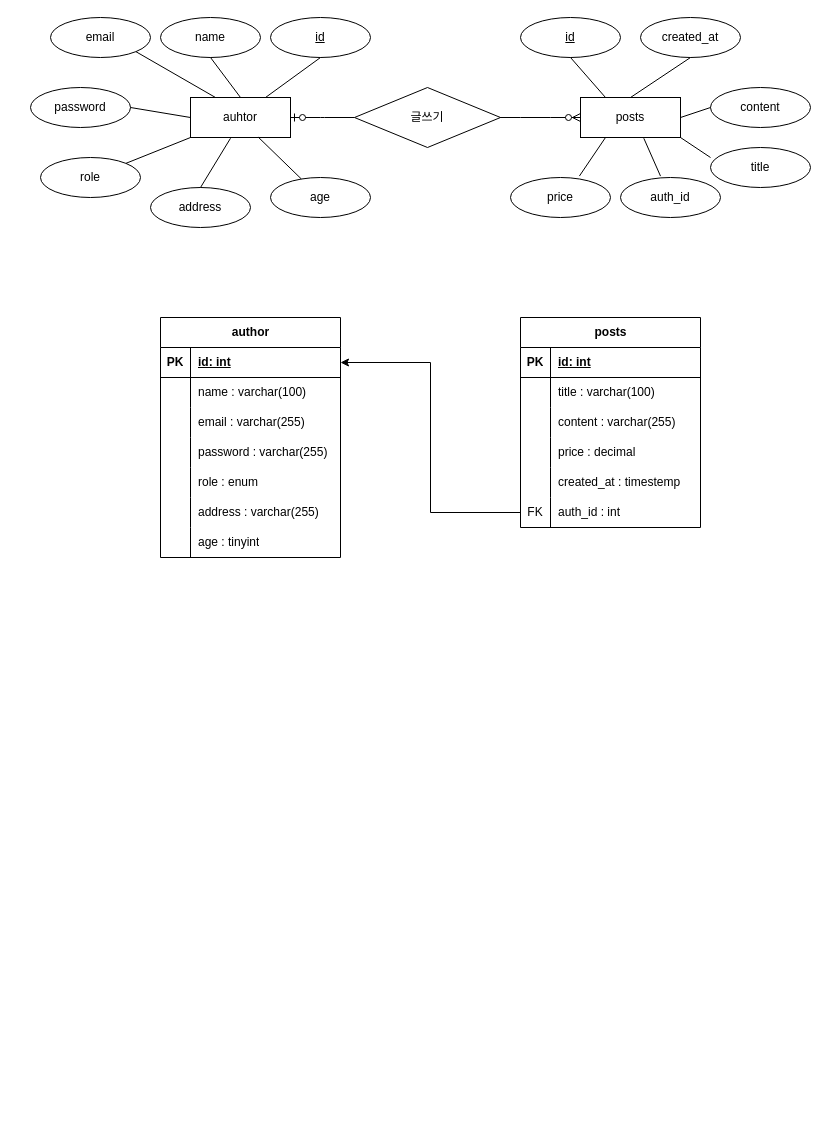
The draw.io diagram mariaDB_systax/modeling/erd_board.drawio in GyeongNam/BootCamp, before the edit. Source tidied: cells renumbered, new cells numbered last; positions are measured from the earlier drawing's top-left corner, leaving out a move shared by most shapes. Both pictures are drawn from the tidied source at 100%, with x=0, y=0 at pixel (30, 17).
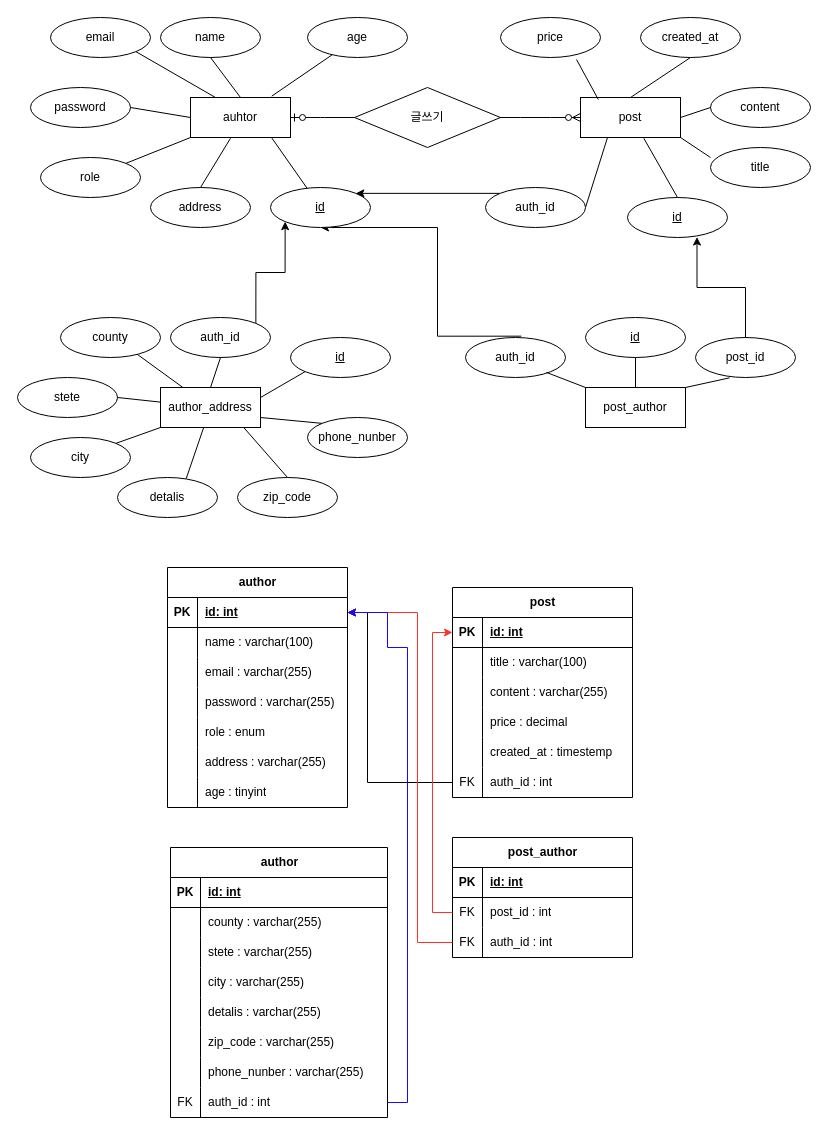
After the change.

The change refers to these unchanged cells:
```xml
<mxCell id="5" value="auhtor" style="whiteSpace=wrap;html=1;align=center;" parent="1" vertex="1">
  <mxGeometry x="160" y="80" width="100" height="40" as="geometry" />
</mxCell>
<mxCell id="34" style="shape=tableRow;horizontal=0;startSize=0;swimlaneHead=0;swimlaneBody=0;fillColor=none;points=[[0,0.5],[1,0.5]];portConstraint=eastwest;top=0;left=0;right=0;bottom=1;" parent="33" vertex="1">
  <mxGeometry y="30" width="180" height="30" as="geometry" />
</mxCell>
<mxCell id="56" style="shape=tableRow;horizontal=0;startSize=0;swimlaneHead=0;swimlaneBody=0;fillColor=none;points=[[0,0.5],[1,0.5]];portConstraint=eastwest;top=0;left=0;right=0;bottom=1;" parent="55" vertex="1">
  <mxGeometry y="30" width="180" height="30" as="geometry" />
</mxCell>
<mxCell id="71" style="shape=tableRow;horizontal=0;startSize=0;swimlaneHead=0;swimlaneBody=0;fillColor=none;points=[[0,0.5],[1,0.5]];portConstraint=eastwest;top=0;left=0;right=0;bottom=0;" parent="55" vertex="1">
  <mxGeometry y="180" width="180" height="30" as="geometry" />
</mxCell>
```

Diff of the diagram source:
```diff
@@
+    <mxCell id="75" style="edgeStyle=orthogonalEdgeStyle;rounded=0;jettySize=auto;html=1;entryX=0.5;entryY=1;entryDx=0;entryDy=0;exitX=0.558;exitY=-0.033;exitDx=0;exitDy=0;exitPerimeter=0;" parent="1" edge="1" source="79" target="2">
+      <mxGeometry relative="1" as="geometry">
+        <Array as="points">
+          <mxPoint x="407" y="319" />
+          <mxPoint x="407" y="210" />
+        </Array>
+      </mxGeometry>
+    </mxCell>
     <mxCell id="2" value="id" style="ellipse;whiteSpace=wrap;html=1;align=center;fontStyle=4;" parent="1" vertex="1">
-      <mxGeometry x="240" width="100" height="40" as="geometry" />
+      <mxGeometry x="240" y="170" width="100" height="40" as="geometry" />
     </mxCell>
     <mxCell id="3" value="id" style="ellipse;whiteSpace=wrap;html=1;align=center;fontStyle=4;" parent="1" vertex="1">
-      <mxGeometry x="490" width="100" height="40" as="geometry" />
+      <mxGeometry x="597" y="180" width="100" height="40" as="geometry" />
     </mxCell>
@@
-    <mxCell id="6" value="posts" style="whiteSpace=wrap;html=1;align=center;" parent="1" vertex="1">
+    <mxCell id="6" value="post" style="whiteSpace=wrap;html=1;align=center;" parent="1" vertex="1">
       <mxGeometry x="550" y="80" width="100" height="40" as="geometry" />
     </mxCell>
@@
-    <mxCell id="8" style="endArrow=none;html=1;rounded=0;exitX=0.75;exitY=0;exitDx=0;exitDy=0;entryX=0.5;entryY=1;entryDx=0;entryDy=0;" parent="1" edge="1" source="5" target="2">
+    <mxCell id="8" style="endArrow=none;html=1;rounded=0;exitX=0.812;exitY=1.008;exitDx=0;exitDy=0;exitPerimeter=0;" parent="1" edge="1" source="5" target="2">
       <mxGeometry relative="1" as="geometry" />
     </mxCell>
@@
     <mxCell id="14" value="age" style="ellipse;whiteSpace=wrap;html=1;align=center;" parent="1" vertex="1">
-      <mxGeometry x="240" y="160" width="100" height="40" as="geometry" />
+      <mxGeometry x="277" width="100" height="40" as="geometry" />
     </mxCell>
@@
     <mxCell id="17" value="price" style="ellipse;whiteSpace=wrap;html=1;align=center;" parent="1" vertex="1">
-      <mxGeometry x="480" y="160" width="100" height="40" as="geometry" />
+      <mxGeometry x="470" width="100" height="40" as="geometry" />
     </mxCell>
@@
-    <mxCell id="24" style="endArrow=none;html=1;rounded=0;exitX=0.678;exitY=0.992;exitDx=0;exitDy=0;exitPerimeter=0;" parent="1" edge="1" source="5" target="14">
+    <mxCell id="24" style="endArrow=none;html=1;rounded=0;exitX=0.812;exitY=-0.033;exitDx=0;exitDy=0;exitPerimeter=0;" parent="1" edge="1" source="5" target="14">
       <mxGeometry relative="1" as="geometry" />
     </mxCell>
-    <mxCell id="25" style="endArrow=none;html=1;rounded=0;exitX=0.25;exitY=0;exitDx=0;exitDy=0;entryX=0.5;entryY=1;entryDx=0;entryDy=0;" parent="1" edge="1" source="6" target="3">
-      <mxGeometry relative="1" as="geometry" />
+    <mxCell id="25" style="endArrow=none;html=1;rounded=0;entryX=1;entryY=0.5;entryDx=0;entryDy=0;" parent="1" edge="1" target="31">
+      <mxGeometry relative="1" as="geometry">
+        <mxPoint x="577" y="120" as="sourcePoint" />
+      </mxGeometry>
     </mxCell>
@@
-    <mxCell id="29" style="endArrow=none;html=1;rounded=0;entryX=0.4;entryY=-0.036;entryDx=0;entryDy=0;entryPerimeter=0;exitX=0.633;exitY=1.019;exitDx=0;exitDy=0;exitPerimeter=0;" parent="1" edge="1" source="6">
-      <mxGeometry relative="1" as="geometry">
-        <mxPoint x="630" y="158.6" as="targetPoint" />
-      </mxGeometry>
+    <mxCell id="29" style="endArrow=none;html=1;rounded=0;entryX=0.5;entryY=0;entryDx=0;entryDy=0;exitX=0.633;exitY=1.019;exitDx=0;exitDy=0;exitPerimeter=0;" parent="1" edge="1" source="6" target="3">
+      <mxGeometry relative="1" as="geometry" />
     </mxCell>
-    <mxCell id="30" style="endArrow=none;html=1;rounded=0;exitX=0.689;exitY=-0.036;exitDx=0;exitDy=0;entryX=0.25;entryY=1;entryDx=0;entryDy=0;exitPerimeter=0;" parent="1" edge="1" source="17" target="6">
+    <mxCell id="30" style="endArrow=none;html=1;rounded=0;exitX=0.76;exitY=1.05;exitDx=0;exitDy=0;entryX=0.178;entryY=0.05;entryDx=0;entryDy=0;exitPerimeter=0;entryPerimeter=0;" parent="1" edge="1" source="17" target="6">
       <mxGeometry relative="1" as="geometry" />
     </mxCell>
+    <mxCell id="76" style="edgeStyle=orthogonalEdgeStyle;rounded=0;jettySize=auto;html=1;exitX=0;exitY=0;exitDx=0;exitDy=0;entryX=1;entryY=0;entryDx=0;entryDy=0;" parent="1" edge="1" source="31" target="2">
+      <mxGeometry relative="1" as="geometry" />
+    </mxCell>
     <mxCell id="31" value="auth_id" style="ellipse;whiteSpace=wrap;html=1;align=center;" parent="1" vertex="1">
-      <mxGeometry x="590" y="160" width="100" height="40" as="geometry" />
+      <mxGeometry x="455" y="170" width="100" height="40" as="geometry" />
     </mxCell>
@@
     <mxCell id="33" value="author" style="shape=table;startSize=30;childLayout=tableLayout;rowLines=0;fontStyle=1;align=center;html=1;" parent="1" vertex="1">
-      <mxGeometry x="130" y="300" width="180" height="240" as="geometry" />
+      <mxGeometry x="137" y="550" width="180" height="240" as="geometry" />
     </mxCell>
@@
-    <mxCell id="55" value="posts" style="shape=table;startSize=30;childLayout=tableLayout;rowLines=0;fontStyle=1;align=center;html=1;" parent="1" vertex="1">
-      <mxGeometry x="490" y="300" width="180" height="210" as="geometry" />
+    <mxCell id="55" value="post" style="shape=table;startSize=30;childLayout=tableLayout;rowLines=0;fontStyle=1;align=center;html=1;" parent="1" vertex="1">
+      <mxGeometry x="422" y="570" width="180" height="210" as="geometry" />
     </mxCell>
@@
     <mxCell id="74" style="edgeStyle=orthogonalEdgeStyle;rounded=0;jettySize=auto;html=1;exitX=0;exitY=0.5;exitDx=0;exitDy=0;entryX=1;entryY=0.5;entryDx=0;entryDy=0;" parent="1" edge="1" source="71" target="34">
-      <mxGeometry relative="1" as="geometry" />
+      <mxGeometry relative="1" as="geometry">
+        <Array as="points">
+          <mxPoint x="337" y="765" />
+          <mxPoint x="337" y="595" />
+        </Array>
+      </mxGeometry>
     </mxCell>
+    <mxCell id="77" value="post_author" style="whiteSpace=wrap;html=1;align=center;" parent="1" vertex="1">
+      <mxGeometry x="555" y="370" width="100" height="40" as="geometry" />
+    </mxCell>
+    <mxCell id="78" value="id" style="ellipse;whiteSpace=wrap;html=1;align=center;fontStyle=4;" parent="1" vertex="1">
+      <mxGeometry x="555" y="300" width="100" height="40" as="geometry" />
+    </mxCell>
+    <mxCell id="79" value="auth_id" style="ellipse;whiteSpace=wrap;html=1;align=center;" parent="1" vertex="1">
+      <mxGeometry x="435" y="320" width="100" height="40" as="geometry" />
+    </mxCell>
+    <mxCell id="80" value="post_id" style="ellipse;whiteSpace=wrap;html=1;align=center;" parent="1" vertex="1">
+      <mxGeometry x="665" y="320" width="100" height="40" as="geometry" />
+    </mxCell>
+    <mxCell id="81" style="endArrow=none;html=1;rounded=0;exitX=0.5;exitY=1;exitDx=0;exitDy=0;entryX=0.5;entryY=0;entryDx=0;entryDy=0;" parent="1" edge="1" source="78" target="77">
+      <mxGeometry relative="1" as="geometry" />
+    </mxCell>
+    <mxCell id="82" style="endArrow=none;html=1;rounded=0;entryX=0;entryY=0;entryDx=0;entryDy=0;exitX=0.809;exitY=0.872;exitDx=0;exitDy=0;exitPerimeter=0;" parent="1" edge="1" source="79" target="77">
+      <mxGeometry relative="1" as="geometry" />
+    </mxCell>
+    <mxCell id="83" style="endArrow=none;html=1;rounded=0;exitX=1;exitY=0;exitDx=0;exitDy=0;entryX=0.342;entryY=1.008;entryDx=0;entryDy=0;entryPerimeter=0;" parent="1" edge="1" source="77" target="80">
+      <mxGeometry relative="1" as="geometry" />
+    </mxCell>
+    <mxCell id="84" style="edgeStyle=orthogonalEdgeStyle;rounded=0;jettySize=auto;html=1;entryX=0.695;entryY=0.988;entryDx=0;entryDy=0;exitX=0.5;exitY=0;exitDx=0;exitDy=0;entryPerimeter=0;" parent="1" edge="1" source="80" target="3">
+      <mxGeometry relative="1" as="geometry" />
+    </mxCell>
+    <mxCell id="85" value="author_address" style="whiteSpace=wrap;html=1;align=center;" parent="1" vertex="1">
+      <mxGeometry x="130" y="370" width="100" height="40" as="geometry" />
+    </mxCell>
+    <mxCell id="86" value="county" style="ellipse;whiteSpace=wrap;html=1;align=center;" parent="1" vertex="1">
+      <mxGeometry x="30" y="300" width="100" height="40" as="geometry" />
+    </mxCell>
+    <mxCell id="87" value="stete" style="ellipse;whiteSpace=wrap;html=1;align=center;" parent="1" vertex="1">
+      <mxGeometry x="-13" y="360" width="100" height="40" as="geometry" />
+    </mxCell>
+    <mxCell id="88" value="detalis" style="ellipse;whiteSpace=wrap;html=1;align=center;" parent="1" vertex="1">
+      <mxGeometry x="87" y="460" width="100" height="40" as="geometry" />
+    </mxCell>
+    <mxCell id="89" value="city" style="ellipse;whiteSpace=wrap;html=1;align=center;" parent="1" vertex="1">
+      <mxGeometry y="420" width="100" height="40" as="geometry" />
+    </mxCell>
+    <mxCell id="90" value="zip_code" style="ellipse;whiteSpace=wrap;html=1;align=center;" parent="1" vertex="1">
+      <mxGeometry x="207" y="460" width="100" height="40" as="geometry" />
+    </mxCell>
+    <mxCell id="91" value="phone_nunber" style="ellipse;whiteSpace=wrap;html=1;align=center;" parent="1" vertex="1">
+      <mxGeometry x="277" y="400" width="100" height="40" as="geometry" />
+    </mxCell>
+    <mxCell id="92" style="edgeStyle=orthogonalEdgeStyle;rounded=0;jettySize=auto;html=1;exitX=1;exitY=0;exitDx=0;exitDy=0;entryX=0;entryY=1;entryDx=0;entryDy=0;" parent="1" edge="1" source="93" target="2">
+      <mxGeometry relative="1" as="geometry" />
+    </mxCell>
+    <mxCell id="93" value="auth_id" style="ellipse;whiteSpace=wrap;html=1;align=center;" parent="1" vertex="1">
+      <mxGeometry x="140" y="300" width="100" height="40" as="geometry" />
+    </mxCell>
+    <mxCell id="94" value="id" style="ellipse;whiteSpace=wrap;html=1;align=center;fontStyle=4;" parent="1" vertex="1">
+      <mxGeometry x="260" y="320" width="100" height="40" as="geometry" />
+    </mxCell>
+    <mxCell id="95" style="endArrow=none;html=1;rounded=0;exitX=0.5;exitY=0;exitDx=0;exitDy=0;entryX=0.5;entryY=1;entryDx=0;entryDy=0;" parent="1" edge="1" source="85" target="93">
+      <mxGeometry relative="1" as="geometry" />
+    </mxCell>
+    <mxCell id="96" style="endArrow=none;html=1;rounded=0;entryX=0.77;entryY=0.925;entryDx=0;entryDy=0;entryPerimeter=0;" parent="1" edge="1" source="85" target="86">
+      <mxGeometry relative="1" as="geometry" />
+    </mxCell>
+    <mxCell id="97" style="endArrow=none;html=1;rounded=0;entryX=1;entryY=0.5;entryDx=0;entryDy=0;" parent="1" edge="1" source="85" target="87">
+      <mxGeometry relative="1" as="geometry" />
+    </mxCell>
+    <mxCell id="98" style="endArrow=none;html=1;rounded=0;exitX=1;exitY=0;exitDx=0;exitDy=0;entryX=0;entryY=1;entryDx=0;entryDy=0;" parent="1" edge="1" source="89" target="85">
+      <mxGeometry relative="1" as="geometry" />
+    </mxCell>
+    <mxCell id="99" style="endArrow=none;html=1;rounded=0;exitX=0.687;exitY=0.029;exitDx=0;exitDy=0;exitPerimeter=0;" parent="1" edge="1" source="88" target="85">
+      <mxGeometry relative="1" as="geometry" />
+    </mxCell>
+    <mxCell id="100" style="endArrow=none;html=1;rounded=0;exitX=0.5;exitY=0;exitDx=0;exitDy=0;entryX=0.828;entryY=0.988;entryDx=0;entryDy=0;entryPerimeter=0;" parent="1" edge="1" source="90" target="85">
+      <mxGeometry relative="1" as="geometry" />
+    </mxCell>
+    <mxCell id="101" style="endArrow=none;html=1;rounded=0;entryX=0;entryY=0;entryDx=0;entryDy=0;exitX=1;exitY=0.75;exitDx=0;exitDy=0;" parent="1" edge="1" source="85" target="91">
+      <mxGeometry relative="1" as="geometry" />
+    </mxCell>
+    <mxCell id="102" style="endArrow=none;html=1;rounded=0;exitX=1;exitY=0.25;exitDx=0;exitDy=0;entryX=0;entryY=1;entryDx=0;entryDy=0;" parent="1" edge="1" source="85" target="94">
+      <mxGeometry relative="1" as="geometry" />
+    </mxCell>
+    <mxCell id="103" value="post_author" style="shape=table;startSize=30;childLayout=tableLayout;rowLines=0;fontStyle=1;align=center;html=1;" parent="1" vertex="1">
+      <mxGeometry x="422" y="820" width="180" height="120" as="geometry" />
+    </mxCell>
+    <mxCell id="104" style="shape=tableRow;horizontal=0;startSize=0;swimlaneHead=0;swimlaneBody=0;fillColor=none;top=0;left=0;right=0;bottom=1;" parent="103" vertex="1">
+      <mxGeometry y="30" width="180" height="30" as="geometry" />
+    </mxCell>
+    <mxCell id="105" value="PK" style="shape=partialRectangle;fillColor=none;top=0;left=0;bottom=0;right=0;fontStyle=1;overflow=hidden;whiteSpace=wrap;html=1;" parent="104" vertex="1">
+      <mxGeometry width="30" height="30" as="geometry" />
+    </mxCell>
+    <mxCell id="106" value="id: int" style="shape=partialRectangle;fillColor=none;top=0;left=0;bottom=0;right=0;align=left;spacingLeft=6;fontStyle=5;overflow=hidden;whiteSpace=wrap;html=1;" parent="104" vertex="1">
+      <mxGeometry x="30" width="150" height="30" as="geometry" />
+    </mxCell>
+    <mxCell id="107" style="shape=tableRow;horizontal=0;startSize=0;swimlaneHead=0;swimlaneBody=0;fillColor=none;points=[[0,0.5],[1,0.5]];portConstraint=eastwest;top=0;left=0;right=0;bottom=0;" parent="103" vertex="1">
+      <mxGeometry y="60" width="180" height="30" as="geometry" />
+    </mxCell>
+    <mxCell id="108" value="FK" style="shape=partialRectangle;fillColor=none;top=0;left=0;bottom=0;right=0;overflow=hidden;whiteSpace=wrap;html=1;" parent="107" vertex="1">
+      <mxGeometry width="30" height="30" as="geometry" />
+    </mxCell>
+    <mxCell id="109" value="post_id : int" style="shape=partialRectangle;fillColor=none;top=0;left=0;bottom=0;right=0;align=left;spacingLeft=6;overflow=hidden;whiteSpace=wrap;html=1;" parent="107" vertex="1">
+      <mxGeometry x="30" width="150" height="30" as="geometry" />
+    </mxCell>
+    <mxCell id="110" style="shape=tableRow;horizontal=0;startSize=0;swimlaneHead=0;swimlaneBody=0;fillColor=none;points=[[0,0.5],[1,0.5]];portConstraint=eastwest;top=0;left=0;right=0;bottom=0;" parent="103" vertex="1">
+      <mxGeometry y="90" width="180" height="30" as="geometry" />
+    </mxCell>
+    <mxCell id="111" value="FK" style="shape=partialRectangle;fillColor=none;top=0;left=0;bottom=0;right=0;overflow=hidden;whiteSpace=wrap;html=1;" parent="110" vertex="1">
+      <mxGeometry width="30" height="30" as="geometry" />
+    </mxCell>
+    <mxCell id="112" value="auth_id : int" style="shape=partialRectangle;fillColor=none;top=0;left=0;bottom=0;right=0;align=left;spacingLeft=6;overflow=hidden;whiteSpace=wrap;html=1;" parent="110" vertex="1">
+      <mxGeometry x="30" width="150" height="30" as="geometry" />
+    </mxCell>
+    <mxCell id="113" style="edgeStyle=orthogonalEdgeStyle;rounded=0;jettySize=auto;html=1;exitX=0;exitY=0.5;exitDx=0;exitDy=0;entryX=0;entryY=0.5;entryDx=0;entryDy=0;fillColor=#FF483B;strokeColor=#FF3030;" parent="1" edge="1" source="107" target="56">
+      <mxGeometry relative="1" as="geometry" />
+    </mxCell>
+    <mxCell id="114" style="edgeStyle=orthogonalEdgeStyle;rounded=0;jettySize=auto;html=1;exitX=0;exitY=0.5;exitDx=0;exitDy=0;entryX=1;entryY=0.5;entryDx=0;entryDy=0;fillColor=#FF0505;strokeColor=#FF2E2E;" parent="1" edge="1" source="110" target="34">
+      <mxGeometry relative="1" as="geometry">
+        <Array as="points">
+          <mxPoint x="387" y="925" />
+          <mxPoint x="387" y="595" />
+        </Array>
+      </mxGeometry>
+    </mxCell>
+    <mxCell id="115" value="author" style="shape=table;startSize=30;childLayout=tableLayout;rowLines=0;fontStyle=1;align=center;html=1;" parent="1" vertex="1">
+      <mxGeometry x="140" y="830" width="217" height="270" as="geometry" />
+    </mxCell>
+    <mxCell id="116" style="shape=tableRow;horizontal=0;startSize=0;swimlaneHead=0;swimlaneBody=0;fillColor=none;top=0;left=0;right=0;bottom=1;" parent="115" vertex="1">
+      <mxGeometry y="30" width="217" height="30" as="geometry" />
+    </mxCell>
+    <mxCell id="117" value="PK" style="shape=partialRectangle;fillColor=none;top=0;left=0;bottom=0;right=0;fontStyle=1;overflow=hidden;whiteSpace=wrap;html=1;" parent="116" vertex="1">
+      <mxGeometry width="30" height="30" as="geometry" />
+    </mxCell>
+    <mxCell id="118" value="id: int" style="shape=partialRectangle;fillColor=none;top=0;left=0;bottom=0;right=0;align=left;spacingLeft=6;fontStyle=5;overflow=hidden;whiteSpace=wrap;html=1;" parent="116" vertex="1">
+      <mxGeometry x="30" width="187" height="30" as="geometry" />
+    </mxCell>
+    <mxCell id="119" style="shape=tableRow;horizontal=0;startSize=0;swimlaneHead=0;swimlaneBody=0;fillColor=none;top=0;left=0;right=0;bottom=0;" parent="115" vertex="1">
+      <mxGeometry y="60" width="217" height="30" as="geometry" />
+    </mxCell>
+    <mxCell id="120" style="shape=partialRectangle;fillColor=none;top=0;left=0;bottom=0;right=0;overflow=hidden;whiteSpace=wrap;html=1;" parent="119" vertex="1">
+      <mxGeometry width="30" height="30" as="geometry" />
+    </mxCell>
+    <mxCell id="121" value="county : varchar(255)" style="shape=partialRectangle;fillColor=none;top=0;left=0;bottom=0;right=0;align=left;spacingLeft=6;overflow=hidden;whiteSpace=wrap;html=1;" parent="119" vertex="1">
+      <mxGeometry x="30" width="187" height="30" as="geometry" />
+    </mxCell>
+    <mxCell id="122" style="shape=tableRow;horizontal=0;startSize=0;swimlaneHead=0;swimlaneBody=0;fillColor=none;top=0;left=0;right=0;bottom=0;" parent="115" vertex="1">
+      <mxGeometry y="90" width="217" height="30" as="geometry" />
+    </mxCell>
+    <mxCell id="123" style="shape=partialRectangle;fillColor=none;top=0;left=0;bottom=0;right=0;overflow=hidden;whiteSpace=wrap;html=1;" parent="122" vertex="1">
+      <mxGeometry width="30" height="30" as="geometry" />
+    </mxCell>
+    <mxCell id="124" value="stete : varchar(255)" style="shape=partialRectangle;fillColor=none;top=0;left=0;bottom=0;right=0;align=left;spacingLeft=6;overflow=hidden;whiteSpace=wrap;html=1;" parent="122" vertex="1">
+      <mxGeometry x="30" width="187" height="30" as="geometry" />
+    </mxCell>
+    <mxCell id="125" style="shape=tableRow;horizontal=0;startSize=0;swimlaneHead=0;swimlaneBody=0;fillColor=none;top=0;left=0;right=0;bottom=0;" parent="115" vertex="1">
+      <mxGeometry y="120" width="217" height="30" as="geometry" />
+    </mxCell>
+    <mxCell id="126" style="shape=partialRectangle;fillColor=none;top=0;left=0;bottom=0;right=0;overflow=hidden;whiteSpace=wrap;html=1;" parent="125" vertex="1">
+      <mxGeometry width="30" height="30" as="geometry" />
+    </mxCell>
+    <mxCell id="127" value="city : varchar(255)" style="shape=partialRectangle;fillColor=none;top=0;left=0;bottom=0;right=0;align=left;spacingLeft=6;overflow=hidden;whiteSpace=wrap;html=1;" parent="125" vertex="1">
+      <mxGeometry x="30" width="187" height="30" as="geometry" />
+    </mxCell>
+    <mxCell id="128" style="shape=tableRow;horizontal=0;startSize=0;swimlaneHead=0;swimlaneBody=0;fillColor=none;top=0;left=0;right=0;bottom=0;" parent="115" vertex="1">
+      <mxGeometry y="150" width="217" height="30" as="geometry" />
+    </mxCell>
+    <mxCell id="129" style="shape=partialRectangle;fillColor=none;top=0;left=0;bottom=0;right=0;overflow=hidden;whiteSpace=wrap;html=1;" parent="128" vertex="1">
+      <mxGeometry width="30" height="30" as="geometry" />
+    </mxCell>
+    <mxCell id="130" value="detalis : varchar(255)" style="shape=partialRectangle;fillColor=none;top=0;left=0;bottom=0;right=0;align=left;spacingLeft=6;overflow=hidden;whiteSpace=wrap;html=1;" parent="128" vertex="1">
+      <mxGeometry x="30" width="187" height="30" as="geometry" />
+    </mxCell>
+    <mxCell id="131" style="shape=tableRow;horizontal=0;startSize=0;swimlaneHead=0;swimlaneBody=0;fillColor=none;top=0;left=0;right=0;bottom=0;" parent="115" vertex="1">
+      <mxGeometry y="180" width="217" height="30" as="geometry" />
+    </mxCell>
+    <mxCell id="132" style="shape=partialRectangle;fillColor=none;top=0;left=0;bottom=0;right=0;overflow=hidden;whiteSpace=wrap;html=1;" parent="131" vertex="1">
+      <mxGeometry width="30" height="30" as="geometry" />
+    </mxCell>
+    <mxCell id="133" value="zip_code : varchar(255)" style="shape=partialRectangle;fillColor=none;top=0;left=0;bottom=0;right=0;align=left;spacingLeft=6;overflow=hidden;whiteSpace=wrap;html=1;" parent="131" vertex="1">
+      <mxGeometry x="30" width="187" height="30" as="geometry" />
+    </mxCell>
+    <mxCell id="134" style="shape=tableRow;horizontal=0;startSize=0;swimlaneHead=0;swimlaneBody=0;fillColor=none;top=0;left=0;right=0;bottom=0;" parent="115" vertex="1">
+      <mxGeometry y="210" width="217" height="30" as="geometry" />
+    </mxCell>
+    <mxCell id="135" style="shape=partialRectangle;fillColor=none;top=0;left=0;bottom=0;right=0;overflow=hidden;whiteSpace=wrap;html=1;" parent="134" vertex="1">
+      <mxGeometry width="30" height="30" as="geometry" />
+    </mxCell>
+    <mxCell id="136" value="phone_nunber : varchar(255)" style="shape=partialRectangle;fillColor=none;top=0;left=0;bottom=0;right=0;align=left;spacingLeft=6;overflow=hidden;whiteSpace=wrap;html=1;" parent="134" vertex="1">
+      <mxGeometry x="30" width="187" height="30" as="geometry" />
+    </mxCell>
+    <mxCell id="137" style="shape=tableRow;horizontal=0;startSize=0;swimlaneHead=0;swimlaneBody=0;fillColor=none;points=[[0,0.5],[1,0.5]];portConstraint=eastwest;top=0;left=0;right=0;bottom=0;" parent="115" vertex="1">
+      <mxGeometry y="240" width="217" height="30" as="geometry" />
+    </mxCell>
+    <mxCell id="138" value="FK" style="shape=partialRectangle;fillColor=none;top=0;left=0;bottom=0;right=0;overflow=hidden;whiteSpace=wrap;html=1;" parent="137" vertex="1">
+      <mxGeometry width="30" height="30" as="geometry" />
+    </mxCell>
+    <mxCell id="139" value="auth_id : int" style="shape=partialRectangle;fillColor=none;top=0;left=0;bottom=0;right=0;align=left;spacingLeft=6;overflow=hidden;whiteSpace=wrap;html=1;" parent="137" vertex="1">
+      <mxGeometry x="30" width="187" height="30" as="geometry" />
+    </mxCell>
+    <mxCell id="140" style="edgeStyle=orthogonalEdgeStyle;rounded=0;jettySize=auto;html=1;exitX=1;exitY=0.5;exitDx=0;exitDy=0;strokeColor=#1808FF;entryX=1;entryY=0.5;entryDx=0;entryDy=0;" parent="1" edge="1" source="137" target="34">
+      <mxGeometry relative="1" as="geometry">
+        <Array as="points">
+          <mxPoint x="377" y="1085" />
+          <mxPoint x="377" y="630" />
+          <mxPoint x="357" y="630" />
+          <mxPoint x="357" y="595" />
+        </Array>
+      </mxGeometry>
+    </mxCell>
```
